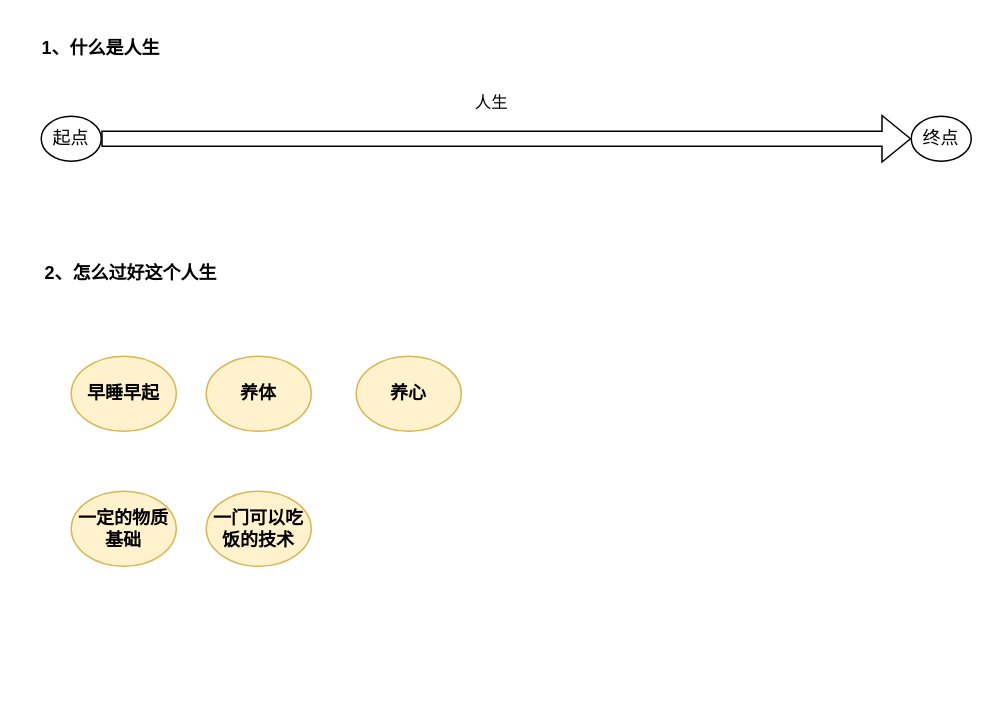
Before: 未命名绘图.drawio in dengyulong/PublicStore, a draw.io diagram. Source tidied: cells renumbered, new cells numbered last; positions are measured from the earlier drawing's top-left corner, leaving out a move shared by most shapes. Both pictures are drawn from the tidied source at 150%, with x=0, y=0 at pixel (26, 26).
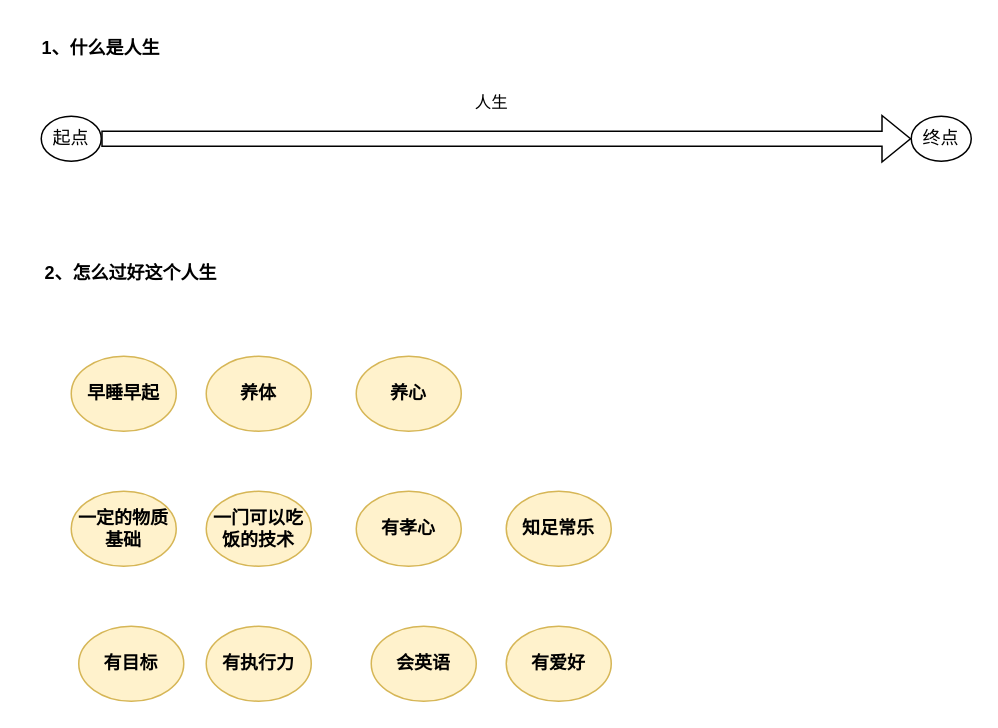
The same page after the edit.

Commit message:
更新未命名绘图.drawio

Diff of the diagram source:
```diff
@@
 <mxGraphModel>
   <root>
     <mxCell id="0" />
     <mxCell id="1" parent="0" />
     <mxCell id="2" value="起点" style="ellipse;whiteSpace=wrap;html=1;" parent="1" vertex="1">
       <mxGeometry x="10" y="60" width="40" height="30" as="geometry" />
     </mxCell>
     <mxCell id="3" value="终点" style="ellipse;whiteSpace=wrap;html=1;" parent="1" vertex="1">
       <mxGeometry x="590" y="60" width="40" height="30" as="geometry" />
     </mxCell>
     <mxCell id="4" style="shape=flexArrow;endArrow=classic;html=1;rounded=0;exitX=1;exitY=0.5;exitDx=0;exitDy=0;entryX=0;entryY=0.5;entryDx=0;entryDy=0;" parent="1" edge="1" source="2" target="3">
       <mxGeometry relative="1" as="geometry" />
     </mxCell>
     <mxCell id="5" value="人生" style="edgeLabel;html=1;align=center;verticalAlign=middle;" parent="4" vertex="1">
       <mxGeometry x="-0.21" y="-4" relative="1" as="geometry">
         <mxPoint x="46" y="-29" as="offset" />
       </mxGeometry>
     </mxCell>
     <mxCell id="6" value="1、什么是人生" style="text;html=1;strokeColor=none;fillColor=none;align=center;verticalAlign=middle;whiteSpace=wrap;rounded=0;fontStyle=1;" parent="1" vertex="1">
       <mxGeometry width="100" height="30" as="geometry" />
     </mxCell>
     <mxCell id="7" value="2、怎么过好这个人生" style="text;html=1;strokeColor=none;fillColor=none;align=center;verticalAlign=middle;whiteSpace=wrap;rounded=0;fontStyle=1;" parent="1" vertex="1">
       <mxGeometry y="150" width="140" height="30" as="geometry" />
     </mxCell>
     <mxCell id="8" value="早睡早起" style="ellipse;whiteSpace=wrap;html=1;labelBackgroundColor=none;fillColor=#fff2cc;strokeColor=#d6b656;fontStyle=1;" parent="1" vertex="1">
       <mxGeometry x="30" y="220" width="70" height="50" as="geometry" />
     </mxCell>
     <mxCell id="9" value="养体" style="ellipse;whiteSpace=wrap;html=1;labelBackgroundColor=none;fillColor=#fff2cc;strokeColor=#d6b656;fontStyle=1;" parent="1" vertex="1">
       <mxGeometry x="120" y="220" width="70" height="50" as="geometry" />
     </mxCell>
     <mxCell id="10" value="养心" style="ellipse;whiteSpace=wrap;html=1;labelBackgroundColor=none;fillColor=#fff2cc;strokeColor=#d6b656;fontStyle=1;" parent="1" vertex="1">
       <mxGeometry x="220" y="220" width="70" height="50" as="geometry" />
     </mxCell>
     <mxCell id="11" value="一定的物质基础" style="ellipse;whiteSpace=wrap;html=1;labelBackgroundColor=none;fillColor=#fff2cc;strokeColor=#d6b656;fontStyle=1;" parent="1" vertex="1">
       <mxGeometry x="30" y="310" width="70" height="50" as="geometry" />
     </mxCell>
     <mxCell id="12" value="一门可以吃饭的技术" style="ellipse;whiteSpace=wrap;html=1;labelBackgroundColor=none;fillColor=#fff2cc;strokeColor=#d6b656;fontStyle=1;" parent="1" vertex="1">
       <mxGeometry x="120" y="310" width="70" height="50" as="geometry" />
     </mxCell>
+    <mxCell id="13" value="有孝心" style="ellipse;whiteSpace=wrap;html=1;labelBackgroundColor=none;fillColor=#fff2cc;strokeColor=#d6b656;fontStyle=1;" parent="1" vertex="1">
+      <mxGeometry x="220" y="310" width="70" height="50" as="geometry" />
+    </mxCell>
+    <mxCell id="14" value="知足常乐" style="ellipse;whiteSpace=wrap;html=1;labelBackgroundColor=none;fillColor=#fff2cc;strokeColor=#d6b656;fontStyle=1;" parent="1" vertex="1">
+      <mxGeometry x="320" y="310" width="70" height="50" as="geometry" />
+    </mxCell>
+    <mxCell id="15" value="有目标" style="ellipse;whiteSpace=wrap;html=1;labelBackgroundColor=none;fillColor=#fff2cc;strokeColor=#d6b656;fontStyle=1;" parent="1" vertex="1">
+      <mxGeometry x="35" y="400" width="70" height="50" as="geometry" />
+    </mxCell>
+    <mxCell id="16" value="有执行力" style="ellipse;whiteSpace=wrap;html=1;labelBackgroundColor=none;fillColor=#fff2cc;strokeColor=#d6b656;fontStyle=1;" parent="1" vertex="1">
+      <mxGeometry x="120" y="400" width="70" height="50" as="geometry" />
+    </mxCell>
+    <mxCell id="17" value="会英语" style="ellipse;whiteSpace=wrap;html=1;labelBackgroundColor=none;fillColor=#fff2cc;strokeColor=#d6b656;fontStyle=1;" parent="1" vertex="1">
+      <mxGeometry x="230" y="400" width="70" height="50" as="geometry" />
+    </mxCell>
+    <mxCell id="18" value="有爱好" style="ellipse;whiteSpace=wrap;html=1;labelBackgroundColor=none;fillColor=#fff2cc;strokeColor=#d6b656;fontStyle=1;" parent="1" vertex="1">
+      <mxGeometry x="320" y="400" width="70" height="50" as="geometry" />
+    </mxCell>
   </root>
 </mxGraphModel>
```
